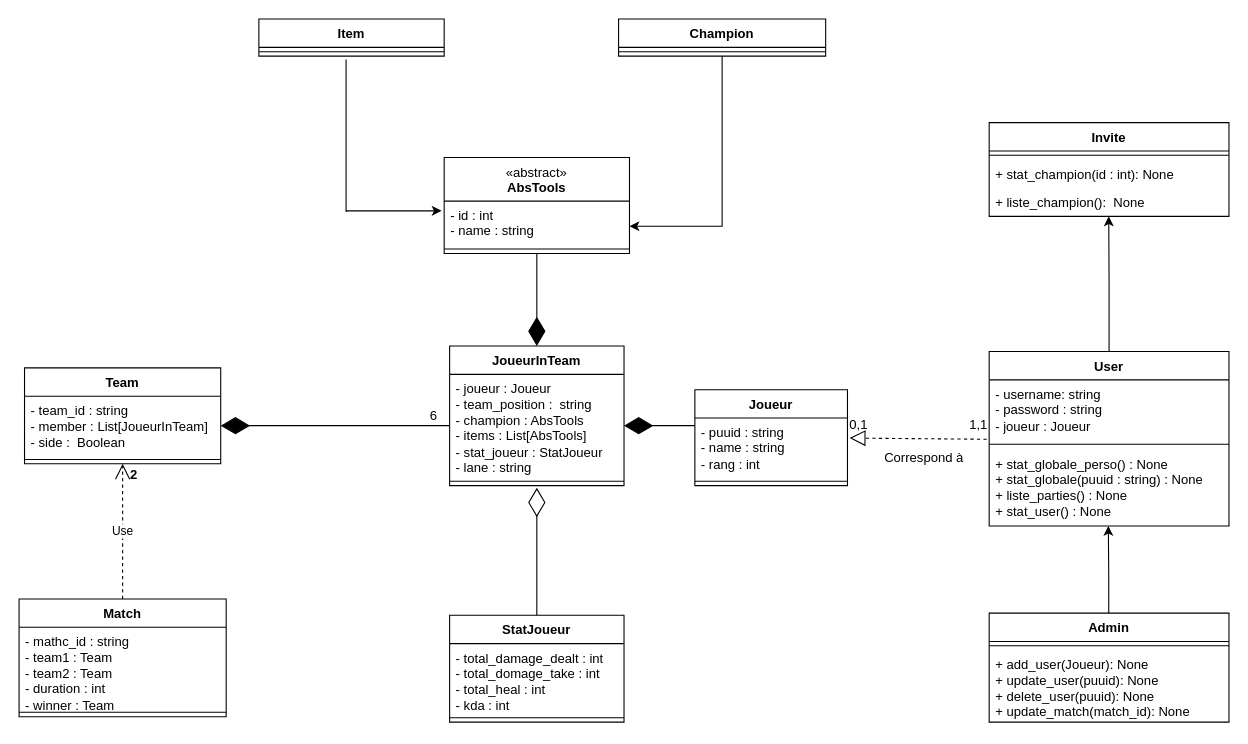
This is Image Prod/League of legends.drawio from Niyo-D-JC/HelpWork, a draw.io file, before an edit. Source tidied: cells renumbered, new cells numbered last; positions are measured from the earlier drawing's top-left corner, leaving out a move shared by most shapes. Both pictures are drawn from the tidied source at 109%, with x=0, y=0 at pixel (19, 19).
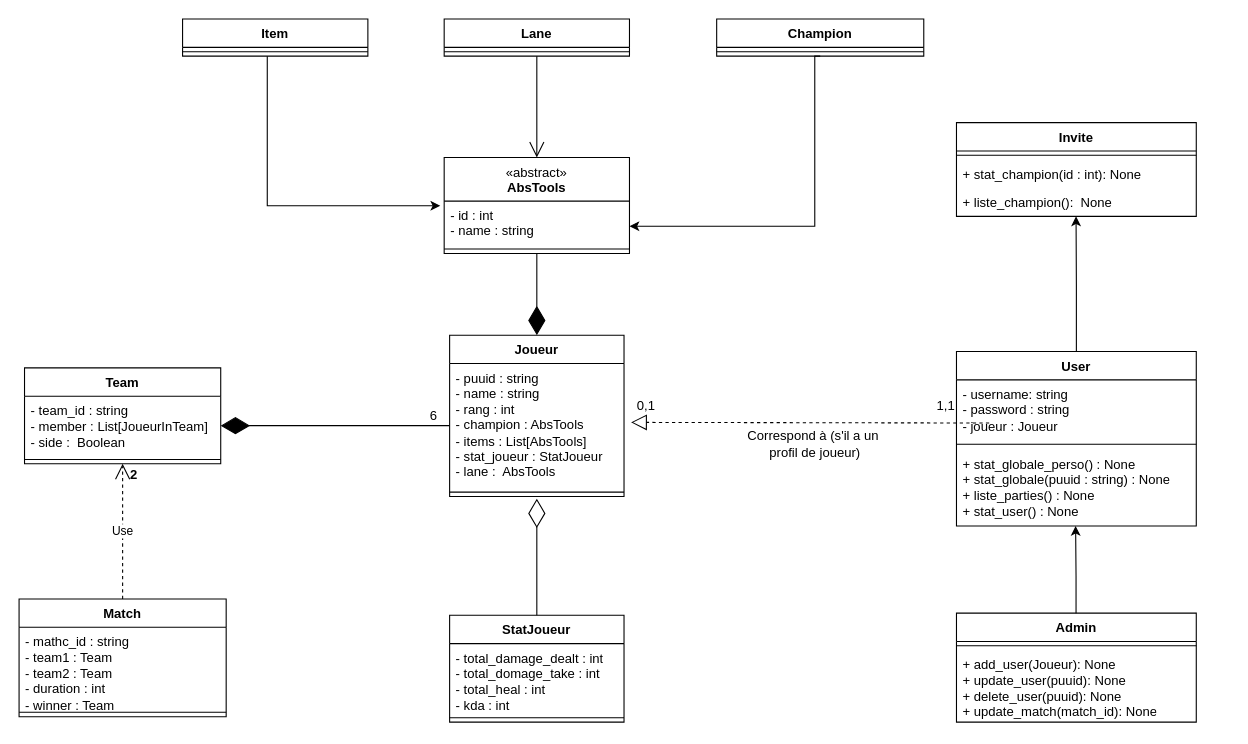
The same page after the edit.

Commit message:
Mettre à jour League of legends.drawio

Unchanged cells that the change refers to:
```xml
<mxCell id="2" value="StatJoueur" style="swimlane;fontStyle=1;align=center;verticalAlign=top;horizontal=1;startSize=26;whiteSpace=wrap;html=1;" parent="1" vertex="1">
  <mxGeometry x="395" y="547" width="160" height="98" as="geometry" />
</mxCell>
<mxCell id="29" value="&lt;span style=&quot;font-weight: normal;&quot;&gt;«abstract»&lt;br style=&quot;border-color: var(--border-color);&quot;&gt;&lt;/span&gt;AbsTools" style="swimlane;fontStyle=1;align=center;verticalAlign=top;horizontal=1;startSize=40;whiteSpace=wrap;html=1;" parent="1" vertex="1">
  <mxGeometry x="390" y="127" width="170" height="88" as="geometry" />
</mxCell>
<mxCell id="30" value="- id : int&lt;br&gt;- name : string" style="text;strokeColor=none;fillColor=none;align=left;verticalAlign=top;spacingLeft=4;spacingRight=4;overflow=hidden;points=[[0,0.5],[1,0.5]];portConstraint=eastwest;whiteSpace=wrap;html=1;" parent="29" vertex="1">
  <mxGeometry y="40" width="170" height="40" as="geometry" />
</mxCell>
<mxCell id="35" value="- username: string&lt;br&gt;- password : string&lt;br&gt;- joueur : Joueur" style="text;strokeColor=none;fillColor=none;align=left;verticalAlign=top;spacingLeft=4;spacingRight=4;overflow=hidden;points=[[0,0.5],[1,0.5]];portConstraint=eastwest;whiteSpace=wrap;html=1;" parent="34" vertex="1">
  <mxGeometry y="26" width="220" height="54" as="geometry" />
</mxCell>
```

Diff of the diagram source:
```diff
@@
-    <mxCell id="5" value="Joueur" style="swimlane;fontStyle=1;align=center;verticalAlign=top;horizontal=1;startSize=26;whiteSpace=wrap;html=1;" parent="1" vertex="1">
-      <mxGeometry x="620" y="340" width="140" height="88" as="geometry" />
-    </mxCell>
-    <mxCell id="6" value="- puuid : string&lt;br&gt;- name : string&lt;span style=&quot;white-space: pre;&quot;&gt;&#9;&lt;/span&gt;&lt;br&gt;- rang : int" style="text;strokeColor=none;fillColor=none;align=left;verticalAlign=top;spacingLeft=4;spacingRight=4;overflow=hidden;points=[[0,0.5],[1,0.5]];portConstraint=eastwest;whiteSpace=wrap;html=1;" parent="5" vertex="1">
-      <mxGeometry y="26" width="140" height="54" as="geometry" />
-    </mxCell>
-    <mxCell id="7" style="line;strokeWidth=1;fillColor=none;align=left;verticalAlign=middle;spacingTop=-1;spacingLeft=3;spacingRight=3;labelPosition=right;strokeColor=inherit;" parent="5" vertex="1">
-      <mxGeometry y="80" width="140" height="8" as="geometry" />
-    </mxCell>
     <mxCell id="8" style="edgeStyle=orthogonalEdgeStyle;rounded=0;orthogonalLoop=1;jettySize=auto;html=1;entryX=0.491;entryY=1.05;entryDx=0;entryDy=0;entryPerimeter=0;" parent="1" edge="1">
       <mxGeometry relative="1" as="geometry">
-        <mxPoint x="999.7" y="560.6" as="sourcePoint" />
-        <mxPoint x="999.3" y="465" as="targetPoint" />
+        <mxPoint x="969.7" y="560.6" as="sourcePoint" />
+        <mxPoint x="969.3" y="465" as="targetPoint" />
         <Array as="points">
-          <mxPoint x="999.7" y="510.6" />
-          <mxPoint x="999.7" y="510.6" />
+          <mxPoint x="969.7" y="510.6" />
+          <mxPoint x="969.7" y="510.6" />
         </Array>
       </mxGeometry>
     </mxCell>
     <mxCell id="9" value="Admin" style="swimlane;fontStyle=1;align=center;verticalAlign=top;horizontal=1;startSize=26;whiteSpace=wrap;html=1;" parent="1" vertex="1">
-      <mxGeometry x="890" y="545" width="220" height="100" as="geometry" />
+      <mxGeometry x="860" y="545" width="220" height="100" as="geometry" />
     </mxCell>
@@
-    <mxCell id="12" value="JoueurInTeam" style="swimlane;fontStyle=1;align=center;verticalAlign=top;horizontal=1;startSize=26;whiteSpace=wrap;html=1;" parent="1" vertex="1">
-      <mxGeometry x="395" y="300" width="160" height="128" as="geometry" />
+    <mxCell id="12" value="Joueur" style="swimlane;fontStyle=1;align=center;verticalAlign=top;horizontal=1;startSize=26;whiteSpace=wrap;html=1;" parent="1" vertex="1">
+      <mxGeometry x="395" y="290" width="160" height="148" as="geometry" />
     </mxCell>
-    <mxCell id="13" value="- joueur : Joueur&lt;br&gt;- team_position :&amp;nbsp; string&lt;br&gt;- champion : AbsTools&lt;br&gt;- items : List[AbsTools]&lt;br&gt;- stat_joueur : StatJoueur&lt;br&gt;- lane : string" style="text;strokeColor=none;fillColor=none;align=left;verticalAlign=top;spacingLeft=4;spacingRight=4;overflow=hidden;points=[[0,0.5],[1,0.5]];portConstraint=eastwest;whiteSpace=wrap;html=1;" parent="12" vertex="1">
-      <mxGeometry y="26" width="160" height="94" as="geometry" />
+    <mxCell id="13" value="- puuid : string&lt;br&gt;- name : string&lt;br&gt;- rang : int&lt;br&gt;- champion : AbsTools&lt;br&gt;- items : List[AbsTools]&lt;br&gt;- stat_joueur : StatJoueur&lt;br&gt;- lane :&amp;nbsp; AbsTools" style="text;strokeColor=none;fillColor=none;align=left;verticalAlign=top;spacingLeft=4;spacingRight=4;overflow=hidden;points=[[0,0.5],[1,0.5]];portConstraint=eastwest;whiteSpace=wrap;html=1;" parent="12" vertex="1">
+      <mxGeometry y="26" width="160" height="114" as="geometry" />
     </mxCell>
     <mxCell id="14" style="line;strokeWidth=1;fillColor=none;align=left;verticalAlign=middle;spacingTop=-1;spacingLeft=3;spacingRight=3;labelPosition=right;strokeColor=inherit;" parent="12" vertex="1">
-      <mxGeometry y="120" width="160" height="8" as="geometry" />
+      <mxGeometry y="140" width="160" height="8" as="geometry" />
     </mxCell>
@@
     <mxCell id="21" value="Champion" style="swimlane;fontStyle=1;align=center;verticalAlign=top;horizontal=1;startSize=26;whiteSpace=wrap;html=1;" parent="1" vertex="1">
-      <mxGeometry x="550" width="190" height="34" as="geometry" />
+      <mxGeometry x="640" width="190" height="34" as="geometry" />
     </mxCell>
@@
     <mxCell id="25" style="endArrow=diamondThin;endFill=1;endSize=24;html=1;rounded=0;exitX=0.5;exitY=1;exitDx=0;exitDy=0;" parent="1" edge="1" source="29">
       <mxGeometry relative="1" as="geometry">
-        <mxPoint x="475" y="300" as="targetPoint" />
+        <mxPoint x="475" y="290" as="targetPoint" />
       </mxGeometry>
     </mxCell>
     <mxCell id="26" style="endArrow=diamondThin;endFill=0;endSize=24;html=1;rounded=0;exitX=0.5;exitY=0;exitDx=0;exitDy=0;" parent="1" edge="1" source="2">
       <mxGeometry relative="1" as="geometry">
-        <mxPoint x="475" y="430" as="targetPoint" />
+        <mxPoint x="475" y="440" as="targetPoint" />
       </mxGeometry>
     </mxCell>
     <mxCell id="27" value="Item" style="swimlane;fontStyle=1;align=center;verticalAlign=top;horizontal=1;startSize=26;whiteSpace=wrap;html=1;" parent="1" vertex="1">
-      <mxGeometry x="220" width="170" height="34" as="geometry" />
+      <mxGeometry x="150" width="170" height="34" as="geometry" />
     </mxCell>
@@
-    <mxCell id="32" style="edgeStyle=orthogonalEdgeStyle;rounded=0;jettySize=auto;html=1;entryX=-0.014;entryY=0.224;entryDx=0;entryDy=0;entryPerimeter=0;" parent="1" edge="1" target="30">
+    <mxCell id="32" style="edgeStyle=orthogonalEdgeStyle;rounded=0;jettySize=auto;html=1;entryX=-0.021;entryY=0.105;entryDx=0;entryDy=0;entryPerimeter=0;" parent="1" edge="1" target="30">
       <mxGeometry relative="1" as="geometry">
-        <mxPoint x="300" y="37" as="sourcePoint" />
+        <mxPoint x="227.7" y="34" as="sourcePoint" />
         <Array as="points">
-          <mxPoint x="300" y="177" />
-          <mxPoint x="300" y="181" />
+          <mxPoint x="228" y="171" />
         </Array>
       </mxGeometry>
     </mxCell>
     <mxCell id="33" style="edgeStyle=orthogonalEdgeStyle;rounded=0;jettySize=auto;html=1;exitX=0.5;exitY=1;exitDx=0;exitDy=0;" parent="1" edge="1" source="21" target="30">
       <mxGeometry relative="1" as="geometry">
         <Array as="points">
-          <mxPoint x="645" y="190" />
+          <mxPoint x="730" y="34" />
+          <mxPoint x="730" y="190" />
         </Array>
       </mxGeometry>
     </mxCell>
     <mxCell id="34" value="User" style="swimlane;fontStyle=1;align=center;verticalAlign=top;horizontal=1;startSize=26;whiteSpace=wrap;html=1;" parent="1" vertex="1">
-      <mxGeometry x="890" y="305" width="220" height="160" as="geometry" />
+      <mxGeometry x="860" y="305" width="220" height="160" as="geometry" />
     </mxCell>
@@
     <mxCell id="38" style="edgeStyle=orthogonalEdgeStyle;rounded=0;jettySize=auto;html=1;entryX=0.491;entryY=1.05;entryDx=0;entryDy=0;entryPerimeter=0;exitX=0.5;exitY=0;exitDx=0;exitDy=0;" parent="1" edge="1" source="34">
       <mxGeometry relative="1" as="geometry">
-        <mxPoint x="999.7" y="181" as="targetPoint" />
+        <mxPoint x="969.7" y="181" as="targetPoint" />
       </mxGeometry>
     </mxCell>
     <mxCell id="39" value="Invite" style="swimlane;fontStyle=1;align=center;verticalAlign=top;horizontal=1;startSize=26;whiteSpace=wrap;html=1;" parent="1" vertex="1">
-      <mxGeometry x="890" y="95" width="220" height="86" as="geometry" />
+      <mxGeometry x="860" y="95" width="220" height="86" as="geometry" />
     </mxCell>
@@
-    <mxCell id="43" style="endArrow=block;dashed=1;endFill=0;endSize=12;html=1;rounded=0;exitX=-0.01;exitY=1.009;exitDx=0;exitDy=0;exitPerimeter=0;entryX=1.014;entryY=0.341;entryDx=0;entryDy=0;entryPerimeter=0;" parent="1" edge="1" source="35" target="6">
-      <mxGeometry relative="1" as="geometry" />
+    <mxCell id="43" style="endArrow=block;dashed=1;endFill=0;endSize=12;html=1;rounded=0;exitX=-0.01;exitY=1.009;exitDx=0;exitDy=0;exitPerimeter=0;entryX=1.026;entryY=0.604;entryDx=0;entryDy=0;entryPerimeter=0;" parent="1" edge="1">
+      <mxGeometry relative="1" as="geometry">
+        <mxPoint x="890" y="370.6" as="sourcePoint" />
+        <mxPoint x="561.4" y="370" as="targetPoint" />
+      </mxGeometry>
     </mxCell>
     <mxCell id="44" value="0,1" style="text;html=1;align=center;verticalAlign=middle;strokeColor=none;fillColor=none;" parent="1" vertex="1">
-      <mxGeometry x="750" y="358" width="40" height="30" as="geometry" />
+      <mxGeometry x="555" y="340" width="40" height="30" as="geometry" />
     </mxCell>
     <mxCell id="45" value="1,1" style="text;html=1;align=center;verticalAlign=middle;strokeColor=none;fillColor=none;" parent="1" vertex="1">
-      <mxGeometry x="860" y="358" width="40" height="30" as="geometry" />
+      <mxGeometry x="830" y="340" width="40" height="30" as="geometry" />
     </mxCell>
-    <mxCell id="46" value="Correspond à" style="text;html=1;align=center;verticalAlign=middle;strokeColor=none;fillColor=none;" parent="1" vertex="1">
-      <mxGeometry x="780" y="388" width="100" height="30" as="geometry" />
+    <mxCell id="46" value="Correspond à (s'il a un&amp;nbsp;&lt;br&gt;profil de joueur)" style="text;html=1;align=center;verticalAlign=middle;strokeColor=none;fillColor=none;" parent="1" vertex="1">
+      <mxGeometry x="655" y="370" width="150" height="40" as="geometry" />
     </mxCell>
@@
-    <mxCell id="49" style="endArrow=diamondThin;endFill=1;endSize=24;html=1;rounded=0;entryX=1;entryY=0.5;entryDx=0;entryDy=0;" parent="1" edge="1" target="13">
-      <mxGeometry relative="1" as="geometry">
-        <mxPoint x="620" y="373" as="sourcePoint" />
-      </mxGeometry>
-    </mxCell>
+    <mxCell id="50" value="Lane" style="swimlane;fontStyle=1;align=center;verticalAlign=top;horizontal=1;startSize=26;whiteSpace=wrap;html=1;" parent="1" vertex="1">
+      <mxGeometry x="390" width="170" height="34" as="geometry" />
+    </mxCell>
+    <mxCell id="51" style="line;strokeWidth=1;fillColor=none;align=left;verticalAlign=middle;spacingTop=-1;spacingLeft=3;spacingRight=3;labelPosition=right;strokeColor=inherit;" parent="50" vertex="1">
+      <mxGeometry y="26" width="170" height="8" as="geometry" />
+    </mxCell>
+    <mxCell id="52" style="endArrow=open;endFill=1;endSize=12;html=1;rounded=0;exitX=0.5;exitY=1;exitDx=0;exitDy=0;" parent="1" edge="1" source="50" target="29">
+      <mxGeometry relative="1" as="geometry" />
+    </mxCell>
```
